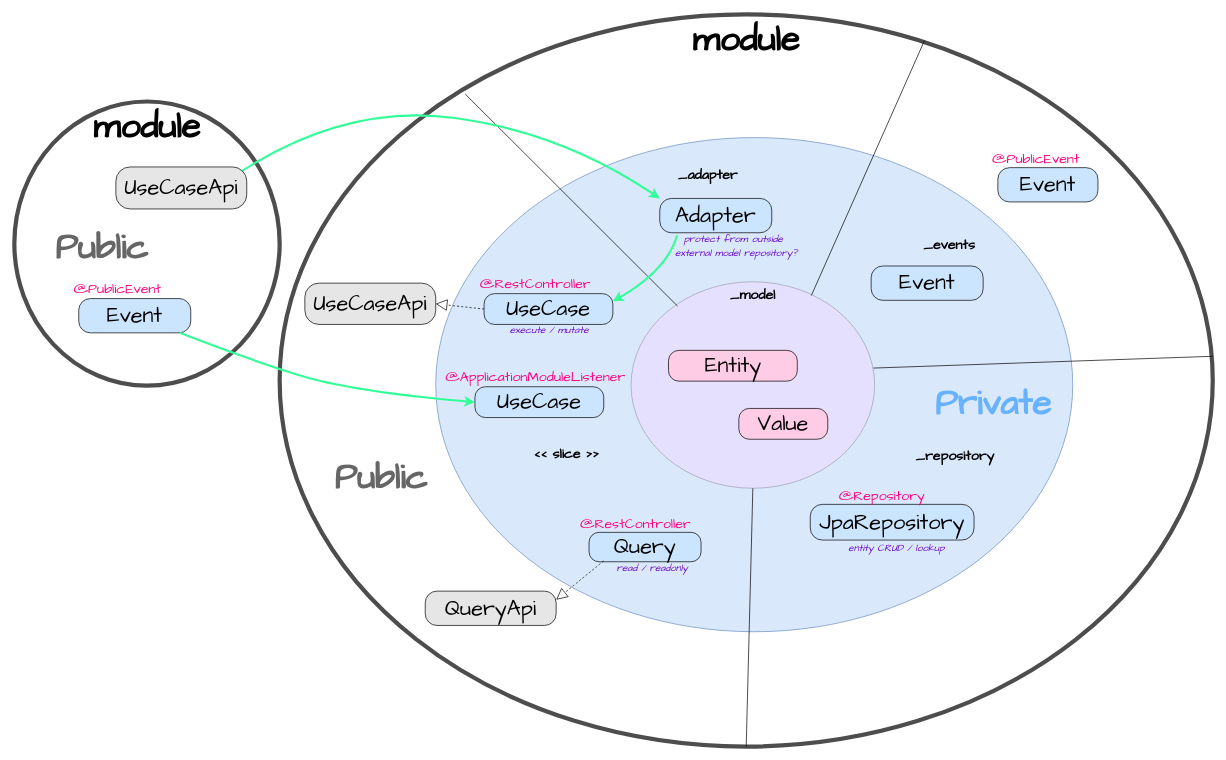
gert-wijns/train-app keeps this draw.io diagram as single-module/train_app_module.drawio. Above is the earlier version. Source tidied: cells renumbered, new cells numbered last; positions are measured from the earlier drawing's top-left corner, leaving out a move shared by most shapes. Both pictures are drawn from the tidied source at 70%, with x=0, y=0 at pixel (14, 14).
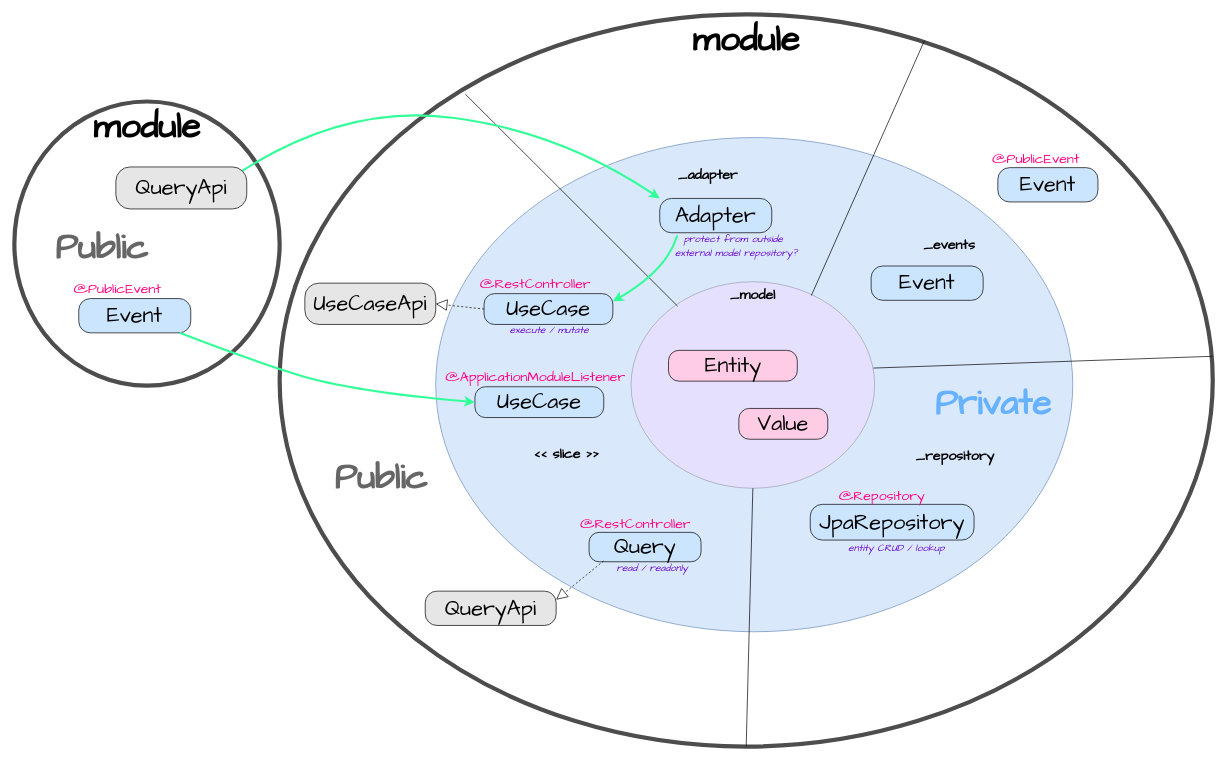
Above is the later version.

What changed in the source:
```diff
@@
-    <mxCell id="27" value="UseCaseApi" style="rounded=1;whiteSpace=wrap;html=1;fontFamily=Architects Daughter;arcSize=34;fillStyle=solid;fillColor=#E6E6E6;fontSize=31;fontStyle=0;" parent="1" vertex="1">
+    <mxCell id="27" value="QueryApi" style="rounded=1;whiteSpace=wrap;html=1;fontFamily=Architects Daughter;arcSize=34;fillStyle=solid;fillColor=#E6E6E6;fontSize=31;fontStyle=0;" parent="1" vertex="1">
       <mxGeometry x="145" y="218" width="187" height="60" as="geometry" />
     </mxCell>
```
